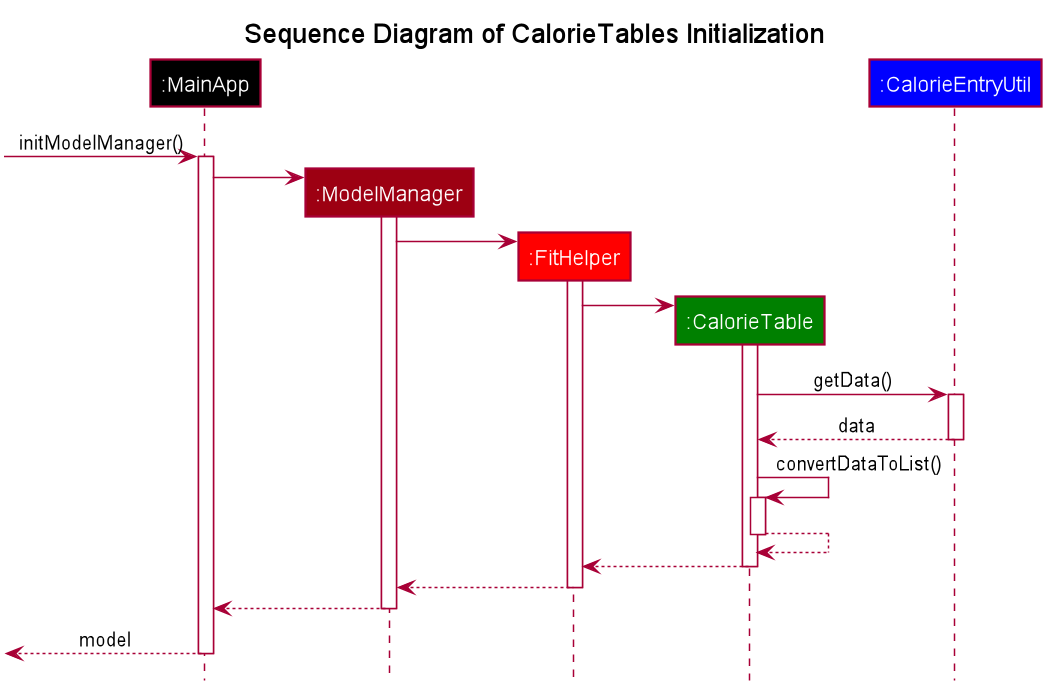
Above: images/InitializationOfCalorieTables.png in AY1920S2-CS2103-T09-4/main (PlantUML), before the change.
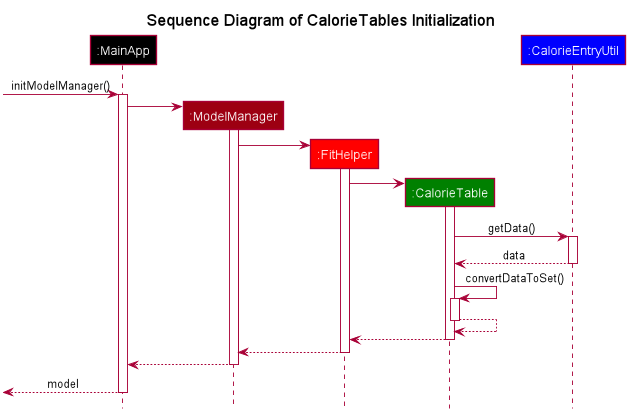
Later version of the same file.

What changed in the source:
```diff
@@ -71,7 +71,7 @@
 activate Data
 Table <-- Data : data
 deactivate
-Table -> Table : convertDataToList()
+Table -> Table : convertDataToSet()
 activate Table
 Table --> Table :
 deactivate
```
